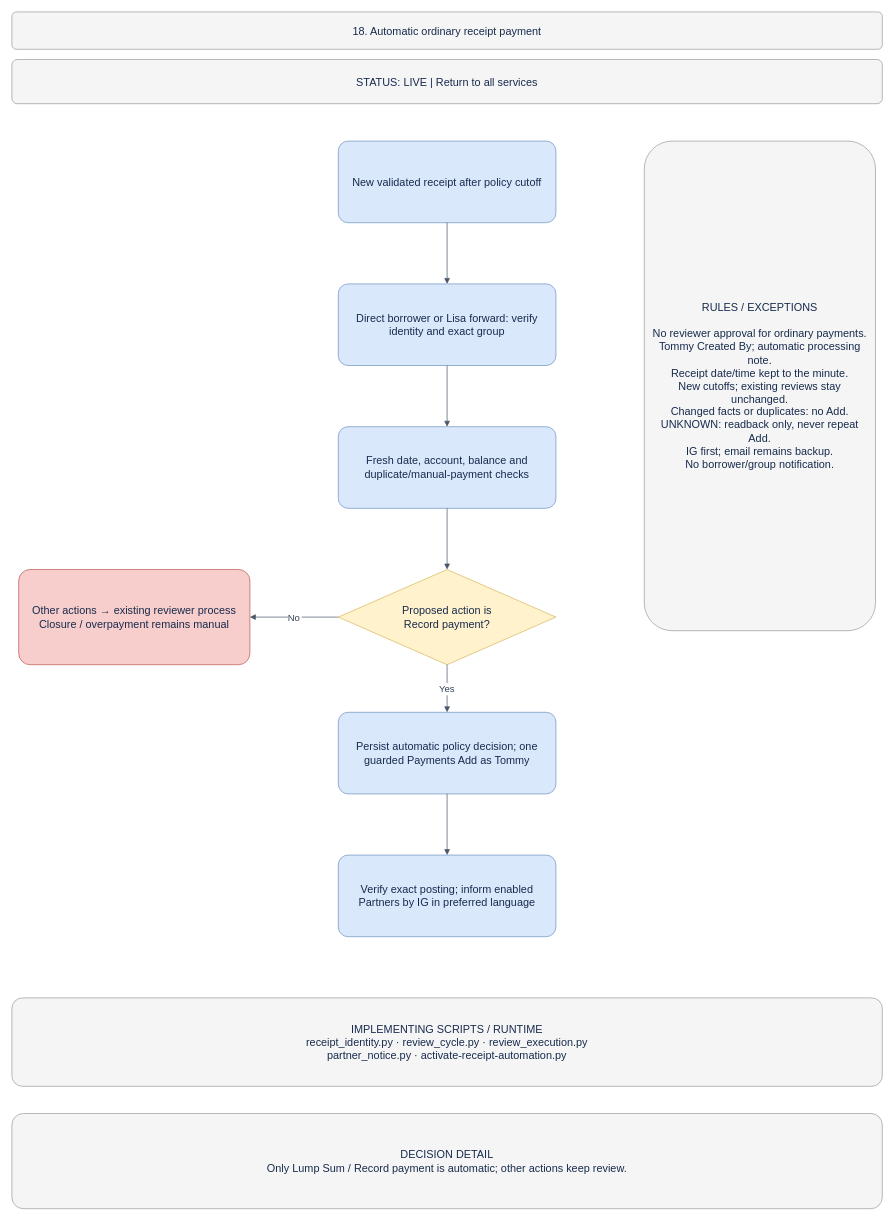
This is page "18 · Automatic receipt payment" (18 of 18) of docs/BUSINESS_PROCESS.drawio from welct0407/MW-Credit-App, a draw.io file, before an edit. Source tidied: cells renumbered, new cells numbered last; positions are measured from the earlier drawing's top-left corner, leaving out a move shared by most shapes. Both pictures are drawn from the tidied source at 68%, with x=0, y=0 at pixel (12, 12).
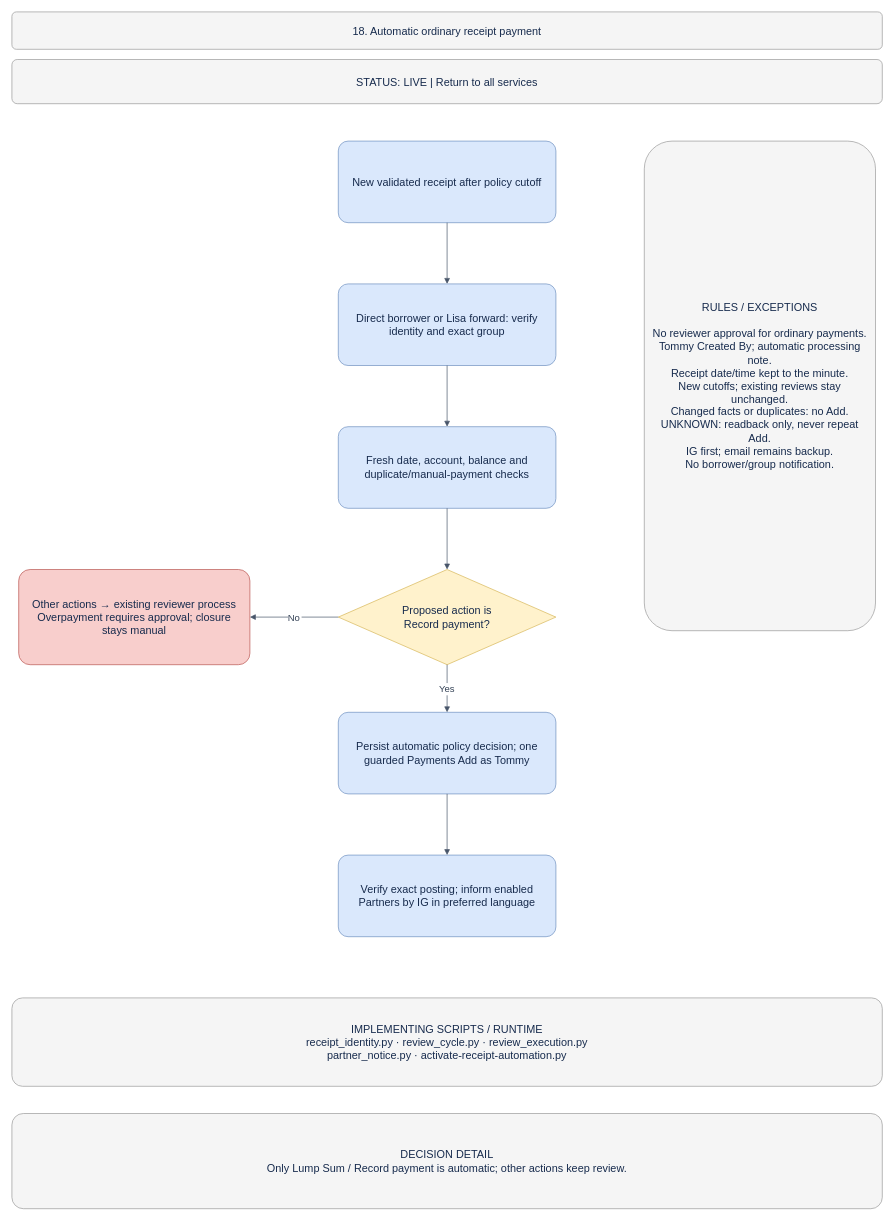
After the change.

Commit message (it also covers changes not shown here):
Post full overpayments as lump sum after linked reviewer approval

Diff of the diagram source:
```diff
@@
 <mxGraphModel>
   <root>
     <mxCell id="0" />
     <mxCell id="1" parent="0" />
     <mxCell id="2" value="18. Automatic ordinary receipt payment" style="rounded=1;arcSize=12;whiteSpace=wrap;html=0;fillColor=#f5f5f5;strokeColor=#999999;fontColor=#172b4d;fontSize=16;align=center;verticalAlign=middle;spacing=12;" parent="1" vertex="1">
       <mxGeometry width="1280" height="55" as="geometry" />
     </mxCell>
     <mxCell id="3" value="STATUS: LIVE  |  Return to all services" style="rounded=1;arcSize=12;whiteSpace=wrap;html=0;fillColor=#f5f5f5;strokeColor=#999999;fontColor=#172b4d;fontSize=16;align=center;verticalAlign=middle;spacing=12;" parent="1" vertex="1">
       <mxGeometry y="70" width="1280" height="65" as="geometry" />
     </mxCell>
     <mxCell id="4" value="New validated receipt after policy cutoff" style="rounded=1;arcSize=12;whiteSpace=wrap;html=0;fillColor=#dae8fc;strokeColor=#6c8ebf;fontColor=#172b4d;fontSize=16;align=center;verticalAlign=middle;spacing=12;" parent="1" vertex="1">
       <mxGeometry x="480" y="190" width="320" height="120" as="geometry" />
     </mxCell>
     <mxCell id="5" value="Direct borrower or Lisa forward: verify identity and exact group" style="rounded=1;arcSize=12;whiteSpace=wrap;html=0;fillColor=#dae8fc;strokeColor=#6c8ebf;fontColor=#172b4d;fontSize=16;align=center;verticalAlign=middle;spacing=12;" parent="1" vertex="1">
       <mxGeometry x="480" y="400" width="320" height="120" as="geometry" />
     </mxCell>
     <mxCell id="6" style="edgeStyle=orthogonalEdgeStyle;rounded=0;jettySize=auto;html=0;endArrow=block;endFill=1;strokeColor=#475569;fontColor=#334155;fontSize=14;labelBackgroundColor=#ffffff;" parent="1" edge="1" source="4" target="5">
       <mxGeometry relative="1" as="geometry" />
     </mxCell>
     <mxCell id="7" value="Fresh date, account, balance and duplicate/manual-payment checks" style="rounded=1;arcSize=12;whiteSpace=wrap;html=0;fillColor=#dae8fc;strokeColor=#6c8ebf;fontColor=#172b4d;fontSize=16;align=center;verticalAlign=middle;spacing=12;" parent="1" vertex="1">
       <mxGeometry x="480" y="610" width="320" height="120" as="geometry" />
     </mxCell>
     <mxCell id="8" style="edgeStyle=orthogonalEdgeStyle;rounded=0;jettySize=auto;html=0;endArrow=block;endFill=1;strokeColor=#475569;fontColor=#334155;fontSize=14;labelBackgroundColor=#ffffff;" parent="1" edge="1" source="5" target="7">
       <mxGeometry relative="1" as="geometry" />
     </mxCell>
     <mxCell id="9" value="Proposed action is&#10;Record payment?" style="rhombus;whiteSpace=wrap;html=0;fillColor=#fff2cc;strokeColor=#d6b656;fontColor=#172b4d;fontSize=16;align=center;verticalAlign=middle;spacing=12;" parent="1" vertex="1">
       <mxGeometry x="480" y="820" width="320" height="140" as="geometry" />
     </mxCell>
     <mxCell id="10" style="edgeStyle=orthogonalEdgeStyle;rounded=0;jettySize=auto;html=0;endArrow=block;endFill=1;strokeColor=#475569;fontColor=#334155;fontSize=14;labelBackgroundColor=#ffffff;" parent="1" edge="1" source="7" target="9">
       <mxGeometry relative="1" as="geometry" />
     </mxCell>
     <mxCell id="11" value="Persist automatic policy decision; one guarded Payments Add as Tommy" style="rounded=1;arcSize=12;whiteSpace=wrap;html=0;fillColor=#dae8fc;strokeColor=#6c8ebf;fontColor=#172b4d;fontSize=16;align=center;verticalAlign=middle;spacing=12;" parent="1" vertex="1">
       <mxGeometry x="480" y="1030" width="320" height="120" as="geometry" />
     </mxCell>
     <mxCell id="12" value="Yes" style="edgeStyle=orthogonalEdgeStyle;rounded=0;jettySize=auto;html=0;endArrow=block;endFill=1;strokeColor=#475569;fontColor=#334155;fontSize=14;labelBackgroundColor=#ffffff;" parent="1" edge="1" source="9" target="11">
       <mxGeometry relative="1" as="geometry" />
     </mxCell>
     <mxCell id="13" value="Verify exact posting; inform enabled Partners by IG in preferred language" style="rounded=1;arcSize=12;whiteSpace=wrap;html=0;fillColor=#dae8fc;strokeColor=#6c8ebf;fontColor=#172b4d;fontSize=16;align=center;verticalAlign=middle;spacing=12;" parent="1" vertex="1">
       <mxGeometry x="480" y="1240" width="320" height="120" as="geometry" />
     </mxCell>
     <mxCell id="14" style="edgeStyle=orthogonalEdgeStyle;rounded=0;jettySize=auto;html=0;endArrow=block;endFill=1;strokeColor=#475569;fontColor=#334155;fontSize=14;labelBackgroundColor=#ffffff;" parent="1" edge="1" source="11" target="13">
       <mxGeometry relative="1" as="geometry" />
     </mxCell>
-    <mxCell id="15" value="Other actions → existing reviewer process&#10;Closure / overpayment remains manual" style="rounded=1;arcSize=12;whiteSpace=wrap;html=0;fillColor=#f8cecc;strokeColor=#b85450;fontColor=#172b4d;fontSize=16;align=center;verticalAlign=middle;spacing=12;" parent="1" vertex="1">
+    <mxCell id="15" value="Other actions → existing reviewer process&#10;Overpayment requires approval; closure stays manual" style="rounded=1;arcSize=12;whiteSpace=wrap;html=0;fillColor=#f8cecc;strokeColor=#b85450;fontColor=#172b4d;fontSize=16;align=center;verticalAlign=middle;spacing=12;" parent="1" vertex="1">
       <mxGeometry x="10" y="820" width="340" height="140" as="geometry" />
     </mxCell>
     <mxCell id="16" value="No" style="edgeStyle=orthogonalEdgeStyle;rounded=0;jettySize=auto;html=0;endArrow=block;endFill=1;strokeColor=#475569;fontColor=#334155;fontSize=14;labelBackgroundColor=#ffffff;" parent="1" edge="1" source="9" target="15">
       <mxGeometry relative="1" as="geometry" />
     </mxCell>
     <mxCell id="17" value="RULES / EXCEPTIONS&#10;&#10;No reviewer approval for ordinary payments.&#10;Tommy Created By; automatic processing note.&#10;Receipt date/time kept to the minute.&#10;New cutoffs; existing reviews stay unchanged.&#10;Changed facts or duplicates: no Add.&#10;UNKNOWN: readback only, never repeat Add.&#10;IG first; email remains backup.&#10;No borrower/group notification." style="rounded=1;arcSize=12;whiteSpace=wrap;html=0;fillColor=#f5f5f5;strokeColor=#999999;fontColor=#172b4d;fontSize=16;align=center;verticalAlign=middle;spacing=12;" parent="1" vertex="1">
       <mxGeometry x="930" y="190" width="340" height="720" as="geometry" />
     </mxCell>
     <mxCell id="18" value="IMPLEMENTING SCRIPTS / RUNTIME&#10;receipt_identity.py · review_cycle.py · review_execution.py&#10;partner_notice.py · activate-receipt-automation.py" style="rounded=1;arcSize=12;whiteSpace=wrap;html=0;fillColor=#f5f5f5;strokeColor=#999999;fontColor=#172b4d;fontSize=16;align=center;verticalAlign=middle;spacing=12;" parent="1" vertex="1">
       <mxGeometry y="1450" width="1280" height="130" as="geometry" />
     </mxCell>
     <mxCell id="19" value="DECISION DETAIL&#10;Only Lump Sum / Record payment is automatic; other actions keep review." style="rounded=1;arcSize=12;whiteSpace=wrap;html=0;fillColor=#f5f5f5;strokeColor=#999999;fontColor=#172b4d;fontSize=16;align=center;verticalAlign=middle;spacing=12;" parent="1" vertex="1">
       <mxGeometry y="1620" width="1280" height="140" as="geometry" />
     </mxCell>
   </root>
 </mxGraphModel>
```
